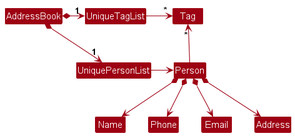
nus-cs2103-AY2425S1/tp keeps this PlantUML diagram as docs/images/BetterModelClassDiagram.png. Above is the earlier version.
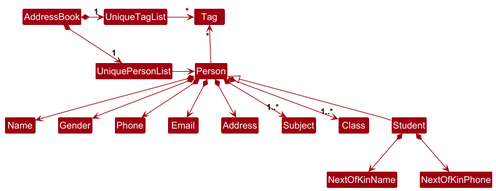
The same diagram one commit later.

What changed in the source:
```diff
@@ -15,7 +15,15 @@
 Person -up-> "*" Tag
 
 Person *--> Name
+Person *--> Gender
 Person *--> Phone
 Person *--> Email
 Person *--> Address
+Person *--> "1..*" Subject
+Person *--> "1..*" Class
+
+Student -up-|> Person
+Student *--> NextOfKinName
+Student *--> NextOfKinPhone
+
 @enduml
```
